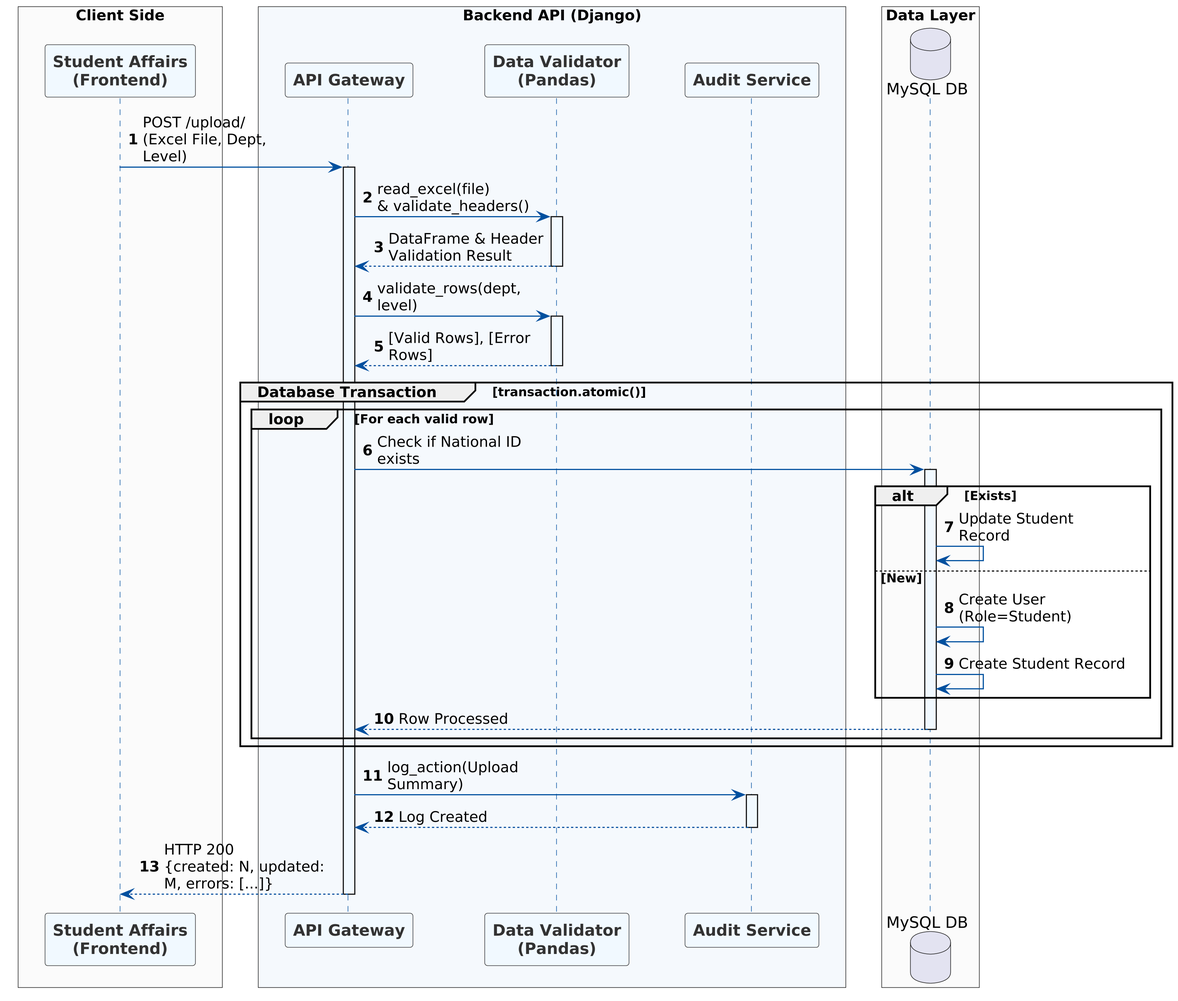
Before: textbook/images/seq_upload.png, a diagram exported from PlantUML (mhm355/BSU_Engineering_Portal_Graduation_Project). Its diagram source:
```plantuml
@startuml
skinparam dpi 300
skinparam backgroundColor transparent
skinparam defaultFontName sans-serif
skinparam maxMessageSize 150
skinparam ParticipantPadding 20
skinparam BoxPadding 15

autonumber

skinparam sequence {
  ArrowColor #00509E
  ActorBorderColor #00509E
  LifeLineBorderColor #00509E
  LifeLineBackgroundColor #F0F8FF

  ParticipantBorderColor #333333
  ParticipantBackgroundColor #F0F8FF
  ParticipantFontColor #333333
  ParticipantFontStyle bold

  DatabaseBackgroundColor #F0F8FF
  DatabaseBorderColor #333333
}

box "Client Side" #FAFAFA
    participant "Student Affairs\n(Frontend)" as Frontend
end box

box "Backend API (Django)" #F4F8FD
    participant "API Gateway" as API
    participant "Data Validator\n(Pandas)" as Pandas
    participant "Audit Service" as Audit
end box

box "Data Layer" #FAFAFA
    database "MySQL DB" as DB
end box

Frontend -> API: POST /upload/\n(Excel File, Dept, Level)
activate API

API -> Pandas: read_excel(file)\n& validate_headers()
activate Pandas
Pandas --> API: DataFrame & Header Validation Result
deactivate Pandas

API -> Pandas: validate_rows(dept, level)
activate Pandas
Pandas --> API: [Valid Rows], [Error Rows]
deactivate Pandas

group Database Transaction [transaction.atomic()]
    loop For each valid row
        API -> DB: Check if National ID exists
        activate DB

        alt Exists
            DB -> DB: Update Student Record
        else New
            DB -> DB: Create User (Role=Student)
            DB -> DB: Create Student Record
        end

        DB --> API: Row Processed
        deactivate DB
    end
end

API -> Audit: log_action(Upload Summary)
activate Audit
Audit --> API: Log Created
deactivate Audit

API --> Frontend: HTTP 200\n{created: N, updated: M, errors: [...]}
deactivate API
@enduml
```
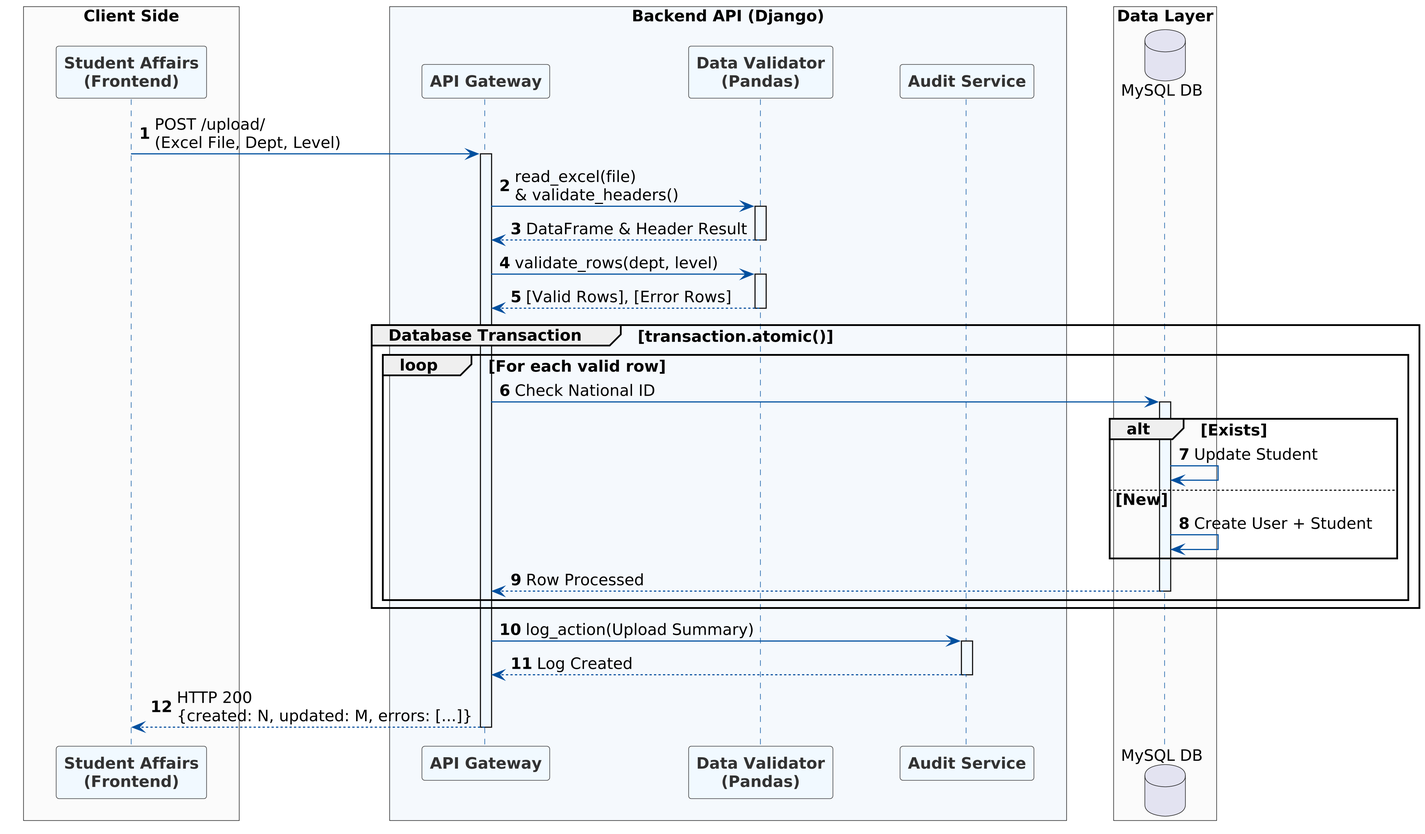
Later version of the same file.

The edit, as a diff of the source:
```diff
@@ -2,9 +2,11 @@
 skinparam dpi 300
 skinparam backgroundColor transparent
 skinparam defaultFontName sans-serif
-skinparam maxMessageSize 150
-skinparam ParticipantPadding 20
-skinparam BoxPadding 15
+skinparam defaultFontSize 14              ' INCREASED from implicit default
+skinparam sequenceMessageAlign center     ' CENTER text for readability
+
+skinparam ParticipantPadding 25
+skinparam BoxPadding 20
 
 autonumber
 
@@ -42,7 +44,7 @@
 
 API -> Pandas: read_excel(file)\n& validate_headers()
 activate Pandas
-Pandas --> API: DataFrame & Header Validation Result
+Pandas --> API: DataFrame & Header Result
 deactivate Pandas
 
 API -> Pandas: validate_rows(dept, level)
@@ -52,14 +54,13 @@
 
 group Database Transaction [transaction.atomic()]
     loop For each valid row
-        API -> DB: Check if National ID exists
+        API -> DB: Check National ID
         activate DB
 
         alt Exists
-            DB -> DB: Update Student Record
+            DB -> DB: Update Student
         else New
-            DB -> DB: Create User (Role=Student)
-            DB -> DB: Create Student Record
+            DB -> DB: Create User + Student
         end
 
         DB --> API: Row Processed
```
